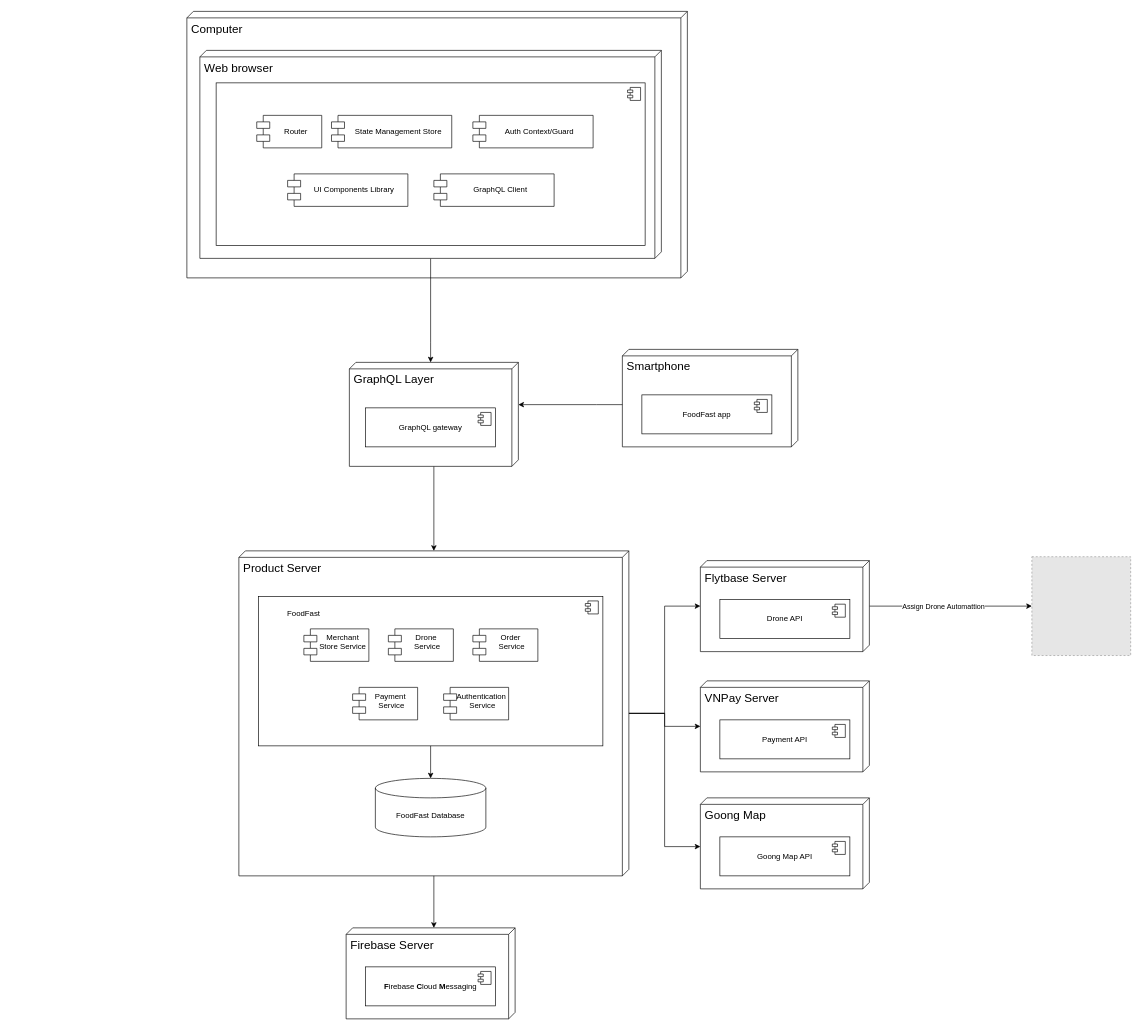
Earlier version of the draw.io diagram Document/Diagram/deployment diagram.drawio (Cgaz275/SGU2025_CNPM_NHOM15). Source tidied: cells renumbered, new cells numbered last; positions are measured from the earlier drawing's top-left corner, leaving out a move shared by most shapes. Both pictures are drawn from the tidied source at 65%, with x=0, y=0 at pixel (187, 11). Pictures stored in the file or linked from it are replaced by grey dashed boxes.
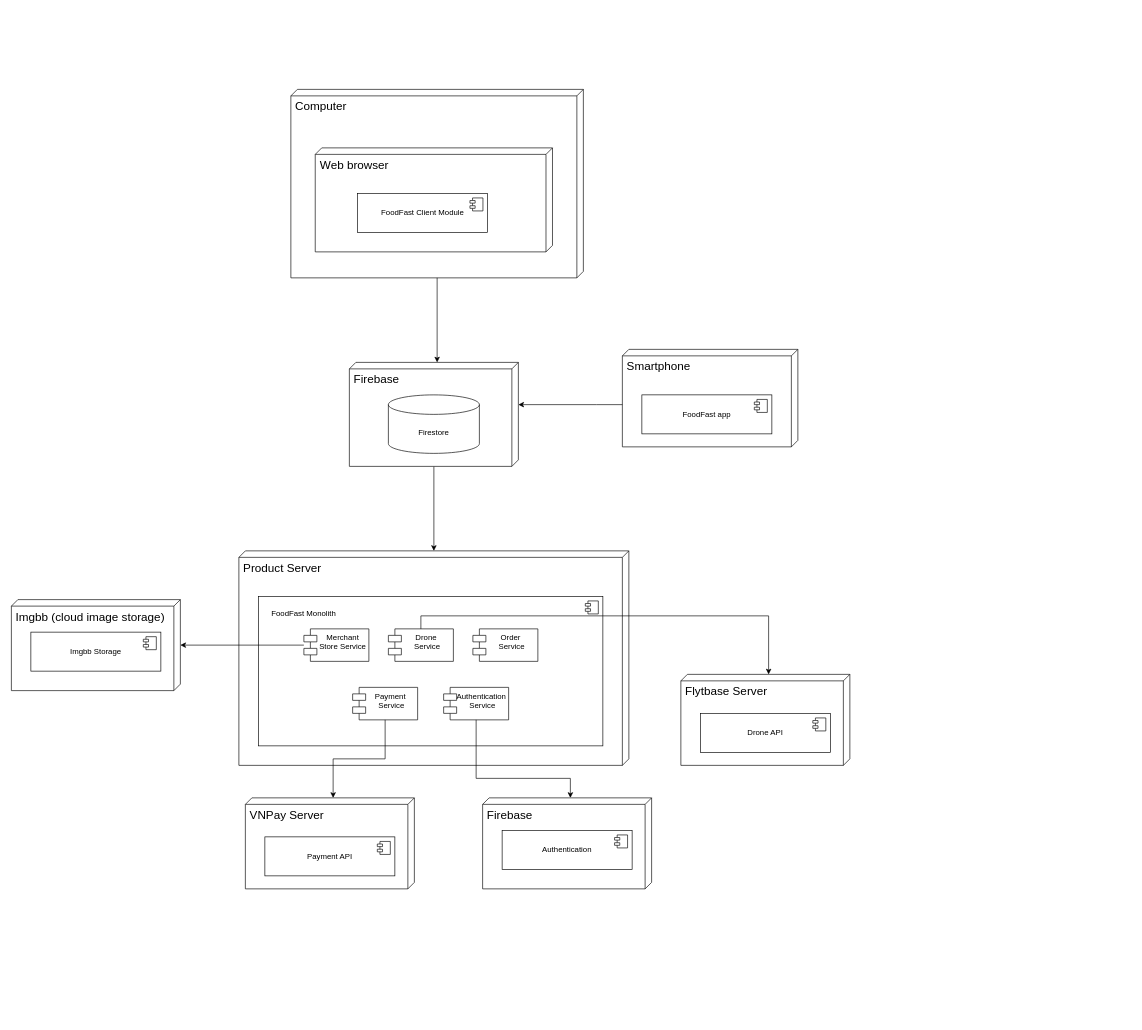
After the change.

Unchanged cells that the change refers to:
```xml
<mxCell id="5" style="group;" parent="1" vertex="1">
  <mxGeometry x="110" y="900" width="530" height="230" as="geometry" />
</mxCell>
<mxCell id="6" style="html=1;whiteSpace=wrap;" parent="5" vertex="1">
  <mxGeometry width="530" height="230" as="geometry" />
</mxCell>
<mxCell id="9" value="Merchant Store Service" style="shape=module;align=left;spacingLeft=20;align=center;verticalAlign=top;whiteSpace=wrap;html=1;" parent="1" vertex="1">
  <mxGeometry x="180" y="950" width="100" height="50" as="geometry" />
</mxCell>
<mxCell id="10" value="Drone&amp;nbsp;&lt;div&gt;Service&lt;/div&gt;" style="shape=module;align=left;spacingLeft=20;align=center;verticalAlign=top;whiteSpace=wrap;html=1;" parent="1" vertex="1">
  <mxGeometry x="310" y="950" width="100" height="50" as="geometry" />
</mxCell>
<mxCell id="12" value="Payment&amp;nbsp;&lt;div&gt;Service&lt;/div&gt;" style="shape=module;align=left;spacingLeft=20;align=center;verticalAlign=top;whiteSpace=wrap;html=1;" parent="1" vertex="1">
  <mxGeometry x="255" y="1040" width="100" height="50" as="geometry" />
</mxCell>
<mxCell id="13" value="Authentication&amp;nbsp;&lt;div&gt;Service&lt;/div&gt;" style="shape=module;align=left;spacingLeft=20;align=center;verticalAlign=top;whiteSpace=wrap;html=1;" parent="1" vertex="1">
  <mxGeometry x="395" y="1040" width="100" height="50" as="geometry" />
</mxCell>
```

The edit, as a diff of the source:
```diff
@@
-    <mxCell id="2" style="edgeStyle=orthogonalEdgeStyle;rounded=0;jettySize=auto;html=1;" parent="1" edge="1" source="4" target="16">
-      <mxGeometry relative="1" as="geometry" />
-    </mxCell>
-    <mxCell id="3" style="edgeStyle=orthogonalEdgeStyle;rounded=0;jettySize=auto;html=1;" parent="1" edge="1" source="4" target="19">
-      <mxGeometry relative="1" as="geometry" />
-    </mxCell>
     <mxCell id="4" value="&lt;font style=&quot;font-size: 18px;&quot;&gt;Product Server&lt;/font&gt;" style="verticalAlign=top;align=left;shape=cube;size=10;direction=south;fontStyle=0;html=1;boundedLbl=1;spacingLeft=5;whiteSpace=wrap;" parent="1" vertex="1">
-      <mxGeometry x="80" y="830" width="600" height="500" as="geometry" />
+      <mxGeometry x="80" y="830" width="600" height="330" as="geometry" />
     </mxCell>
@@
-    <mxCell id="8" value="FoodFast" style="text;html=1;align=center;verticalAlign=middle;whiteSpace=wrap;rounded=0;" parent="5" vertex="1">
+    <mxCell id="8" value="FoodFast Monolith" style="text;html=1;align=center;verticalAlign=middle;whiteSpace=wrap;rounded=0;" parent="5" vertex="1">
       <mxGeometry x="10" y="10.5" width="120" height="31.4" as="geometry" />
     </mxCell>
+    <mxCell id="51" style="edgeStyle=orthogonalEdgeStyle;rounded=0;jettySize=auto;html=1;" parent="1" edge="1" source="9" target="61">
+      <mxGeometry relative="1" as="geometry" />
+    </mxCell>
@@
-    <mxCell id="14" style="edgeStyle=orthogonalEdgeStyle;rounded=0;jettySize=auto;html=1;" parent="1" edge="1" source="16" target="48">
-      <mxGeometry relative="1" as="geometry" />
-    </mxCell>
-    <mxCell id="15" value="Assign Drone Automattion" style="edgeLabel;html=1;align=center;verticalAlign=middle;" parent="14" vertex="1">
-      <mxGeometry x="-0.09" y="-2" relative="1" as="geometry">
-        <mxPoint x="-1" y="-2" as="offset" />
-      </mxGeometry>
-    </mxCell>
     <mxCell id="16" value="&lt;font style=&quot;font-size: 18px;&quot;&gt;Flytbase Server&lt;/font&gt;&lt;div&gt;&lt;br&gt;&lt;/div&gt;" style="verticalAlign=top;align=left;shape=cube;size=10;direction=south;fontStyle=0;html=1;boundedLbl=1;spacingLeft=5;whiteSpace=wrap;" parent="1" vertex="1">
-      <mxGeometry x="790" y="845" width="260" height="140" as="geometry" />
+      <mxGeometry x="760" y="1020" width="260" height="140" as="geometry" />
     </mxCell>
     <mxCell id="17" value="Drone API" style="html=1;whiteSpace=wrap;" parent="1" vertex="1">
-      <mxGeometry x="820" y="905" width="200" height="60" as="geometry" />
+      <mxGeometry x="790" y="1080" width="200" height="60" as="geometry" />
     </mxCell>
@@
-    <mxCell id="19" value="&lt;div&gt;&lt;span style=&quot;font-size: 18px;&quot;&gt;VNPay Server&lt;/span&gt;&lt;/div&gt;" style="verticalAlign=top;align=left;shape=cube;size=10;direction=south;fontStyle=0;html=1;boundedLbl=1;spacingLeft=5;whiteSpace=wrap;" parent="1" vertex="1">
-      <mxGeometry x="790" y="1030" width="260" height="140" as="geometry" />
-    </mxCell>
-    <mxCell id="20" value="Payment API" style="html=1;whiteSpace=wrap;" parent="1" vertex="1">
-      <mxGeometry x="820" y="1090" width="200" height="60" as="geometry" />
-    </mxCell>
-    <mxCell id="21" style="shape=module;jettyWidth=8;jettyHeight=4;" parent="20" vertex="1">
-      <mxGeometry x="1" width="20" height="20" relative="1" as="geometry">
-        <mxPoint x="-27" y="7" as="offset" />
-      </mxGeometry>
-    </mxCell>
+    <mxCell id="52" style="edgeStyle=orthogonalEdgeStyle;rounded=0;jettySize=auto;html=1;entryX=0;entryY=0;entryDx=0;entryDy=125;entryPerimeter=0;" parent="1" edge="1" source="10" target="16">
+      <mxGeometry relative="1" as="geometry">
+        <Array as="points">
+          <mxPoint x="360" y="930" />
+          <mxPoint x="895" y="930" />
+        </Array>
+      </mxGeometry>
+    </mxCell>
@@
-    <mxCell id="23" value="&lt;div&gt;&lt;span style=&quot;font-size: 18px;&quot;&gt;GraphQL Layer&lt;/span&gt;&lt;/div&gt;" style="verticalAlign=top;align=left;shape=cube;size=10;direction=south;fontStyle=0;html=1;boundedLbl=1;spacingLeft=5;whiteSpace=wrap;" parent="1" vertex="1">
+    <mxCell id="23" value="&lt;div&gt;&lt;span style=&quot;font-size: 18px;&quot;&gt;Firebase&lt;/span&gt;&lt;/div&gt;" style="verticalAlign=top;align=left;shape=cube;size=10;direction=south;fontStyle=0;html=1;boundedLbl=1;spacingLeft=5;whiteSpace=wrap;" parent="1" vertex="1">
       <mxGeometry x="250" y="540" width="260" height="160" as="geometry" />
     </mxCell>
-    <mxCell id="24" value="GraphQL gateway" style="html=1;whiteSpace=wrap;" parent="1" vertex="1">
-      <mxGeometry x="275" y="610" width="200" height="60" as="geometry" />
-    </mxCell>
-    <mxCell id="25" style="shape=module;jettyWidth=8;jettyHeight=4;" parent="24" vertex="1">
-      <mxGeometry x="1" width="20" height="20" relative="1" as="geometry">
-        <mxPoint x="-27" y="7" as="offset" />
-      </mxGeometry>
-    </mxCell>
     <mxCell id="26" value="&lt;div&gt;&lt;span style=&quot;font-size: 18px;&quot;&gt;Computer&lt;/span&gt;&lt;/div&gt;" style="verticalAlign=top;align=left;shape=cube;size=10;direction=south;fontStyle=0;html=1;boundedLbl=1;spacingLeft=5;whiteSpace=wrap;" parent="1" vertex="1">
-      <mxGeometry width="770" height="410" as="geometry" />
+      <mxGeometry x="160" y="120" width="450" height="290" as="geometry" />
     </mxCell>
-    <mxCell id="27" style="edgeStyle=orthogonalEdgeStyle;rounded=0;jettySize=auto;html=1;" parent="1" edge="1" source="32" target="23">
-      <mxGeometry relative="1" as="geometry">
-        <Array as="points">
-          <mxPoint x="375" y="510" />
-          <mxPoint x="375" y="510" />
-        </Array>
-      </mxGeometry>
+    <mxCell id="27" style="edgeStyle=orthogonalEdgeStyle;rounded=0;jettySize=auto;html=1;entryX=0;entryY=0;entryDx=0;entryDy=125;entryPerimeter=0;" parent="1" edge="1" source="26" target="23">
+      <mxGeometry relative="1" as="geometry" />
     </mxCell>
@@
     <mxCell id="32" value="&lt;div&gt;&lt;span style=&quot;font-size: 18px;&quot;&gt;Web browser&lt;/span&gt;&lt;/div&gt;" style="verticalAlign=top;align=left;shape=cube;size=10;direction=south;fontStyle=0;html=1;boundedLbl=1;spacingLeft=5;whiteSpace=wrap;" parent="1" vertex="1">
-      <mxGeometry x="20" y="60" width="710" height="320" as="geometry" />
+      <mxGeometry x="197.5" y="210" width="365" height="160" as="geometry" />
     </mxCell>
-    <mxCell id="33" style="html=1;whiteSpace=wrap;" parent="1" vertex="1">
-      <mxGeometry x="45" y="110" width="660" height="250" as="geometry" />
+    <mxCell id="33" value="FoodFast Client Module" style="html=1;whiteSpace=wrap;" parent="1" vertex="1">
+      <mxGeometry x="262.5" y="280" width="200" height="60" as="geometry" />
     </mxCell>
@@
-    <mxCell id="35" value="&lt;div&gt;&lt;span style=&quot;font-size: 18px;&quot;&gt;Goong Map&lt;/span&gt;&lt;/div&gt;" style="verticalAlign=top;align=left;shape=cube;size=10;direction=south;fontStyle=0;html=1;boundedLbl=1;spacingLeft=5;whiteSpace=wrap;" parent="1" vertex="1">
-      <mxGeometry x="790" y="1210" width="260" height="140" as="geometry" />
-    </mxCell>
-    <mxCell id="36" value="Goong Map API" style="html=1;whiteSpace=wrap;" parent="1" vertex="1">
-      <mxGeometry x="820" y="1270" width="200" height="60" as="geometry" />
-    </mxCell>
-    <mxCell id="37" style="shape=module;jettyWidth=8;jettyHeight=4;" parent="36" vertex="1">
-      <mxGeometry x="1" width="20" height="20" relative="1" as="geometry">
-        <mxPoint x="-27" y="7" as="offset" />
-      </mxGeometry>
-    </mxCell>
-    <mxCell id="38" style="edgeStyle=orthogonalEdgeStyle;rounded=0;jettySize=auto;html=1;entryX=0;entryY=0;entryDx=75;entryDy=260;entryPerimeter=0;" parent="1" edge="1" source="4" target="35">
-      <mxGeometry relative="1" as="geometry" />
-    </mxCell>
-    <mxCell id="39" value="&lt;span style=&quot;font-size: 18px;&quot;&gt;Firebase Server&lt;/span&gt;" style="verticalAlign=top;align=left;shape=cube;size=10;direction=south;fontStyle=0;html=1;boundedLbl=1;spacingLeft=5;whiteSpace=wrap;" parent="1" vertex="1">
-      <mxGeometry x="245" y="1410" width="260" height="140" as="geometry" />
-    </mxCell>
-    <mxCell id="40" value="&lt;b&gt;F&lt;/b&gt;irebase &lt;b&gt;C&lt;/b&gt;loud &lt;b&gt;M&lt;/b&gt;essaging" style="html=1;whiteSpace=wrap;" parent="1" vertex="1">
-      <mxGeometry x="275" y="1470" width="200" height="60" as="geometry" />
-    </mxCell>
-    <mxCell id="41" style="shape=module;jettyWidth=8;jettyHeight=4;" parent="40" vertex="1">
-      <mxGeometry x="1" width="20" height="20" relative="1" as="geometry">
-        <mxPoint x="-27" y="7" as="offset" />
-      </mxGeometry>
-    </mxCell>
-    <mxCell id="42" style="edgeStyle=orthogonalEdgeStyle;rounded=0;jettySize=auto;html=1;entryX=0;entryY=0;entryDx=0;entryDy=125;entryPerimeter=0;" parent="1" edge="1" source="4" target="39">
-      <mxGeometry relative="1" as="geometry" />
-    </mxCell>
-    <mxCell id="43" value="Router" style="shape=module;align=left;spacingLeft=20;align=center;verticalAlign=middle;whiteSpace=wrap;html=1;" parent="1" vertex="1">
-      <mxGeometry x="107.5" y="160" width="100" height="50" as="geometry" />
-    </mxCell>
-    <mxCell id="44" value="State Management Store" style="shape=module;align=left;spacingLeft=20;align=center;verticalAlign=middle;whiteSpace=wrap;html=1;" parent="1" vertex="1">
-      <mxGeometry x="222.5" y="160" width="185" height="50" as="geometry" />
-    </mxCell>
-    <mxCell id="45" value="GraphQL Client" style="shape=module;align=left;spacingLeft=20;align=center;verticalAlign=middle;whiteSpace=wrap;html=1;" parent="1" vertex="1">
-      <mxGeometry x="380" y="250" width="185" height="50" as="geometry" />
-    </mxCell>
-    <mxCell id="46" value="UI Components Library" style="shape=module;align=left;spacingLeft=20;align=center;verticalAlign=middle;whiteSpace=wrap;html=1;" parent="1" vertex="1">
-      <mxGeometry x="155" y="250" width="185" height="50" as="geometry" />
-    </mxCell>
-    <mxCell id="47" value="Auth Context/Guard" style="shape=module;align=left;spacingLeft=20;align=center;verticalAlign=middle;whiteSpace=wrap;html=1;" parent="1" vertex="1">
-      <mxGeometry x="440" y="160" width="185" height="50" as="geometry" />
-    </mxCell>
-    <mxCell id="48" style="fillColor=#E6E6E6;strokeColor=#999999;dashed=1;verticalLabelPosition=bottom;labelBackgroundColor=default;verticalAlign=top;" parent="1" vertex="1">
-      <mxGeometry x="1300" y="839" width="152" height="152" as="geometry" />
-    </mxCell>
-    <mxCell id="49" value="FoodFast Database" style="shape=cylinder3;whiteSpace=wrap;html=1;boundedLbl=1;backgroundOutline=1;size=15;" parent="1" vertex="1">
-      <mxGeometry x="290" y="1180" width="170" height="90" as="geometry" />
-    </mxCell>
-    <mxCell id="50" style="edgeStyle=orthogonalEdgeStyle;rounded=0;jettySize=auto;html=1;entryX=0.5;entryY=0;entryDx=0;entryDy=0;entryPerimeter=0;" parent="1" edge="1" source="6" target="49">
-      <mxGeometry relative="1" as="geometry" />
-    </mxCell>
+    <mxCell id="53" style="edgeStyle=orthogonalEdgeStyle;rounded=0;jettySize=auto;html=1;" parent="1" edge="1" source="13" target="55">
+      <mxGeometry relative="1" as="geometry">
+        <Array as="points">
+          <mxPoint x="445" y="1180" />
+          <mxPoint x="590" y="1180" />
+        </Array>
+      </mxGeometry>
+    </mxCell>
+    <mxCell id="54" style="group;" parent="1" vertex="1">
+      <mxGeometry x="455" y="1210" width="260" height="140" as="geometry" />
+    </mxCell>
+    <mxCell id="55" value="&lt;div&gt;&lt;span style=&quot;font-size: 18px;&quot;&gt;Firebase&amp;nbsp;&lt;/span&gt;&lt;/div&gt;" style="verticalAlign=top;align=left;shape=cube;size=10;direction=south;fontStyle=0;html=1;boundedLbl=1;spacingLeft=5;whiteSpace=wrap;" parent="54" vertex="1">
+      <mxGeometry width="260" height="140" as="geometry" />
+    </mxCell>
+    <mxCell id="56" value="Authentication" style="html=1;whiteSpace=wrap;" parent="54" vertex="1">
+      <mxGeometry x="30" y="50" width="200" height="60" as="geometry" />
+    </mxCell>
+    <mxCell id="57" style="shape=module;jettyWidth=8;jettyHeight=4;" parent="56" vertex="1">
+      <mxGeometry x="1" width="20" height="20" relative="1" as="geometry">
+        <mxPoint x="-27" y="7" as="offset" />
+      </mxGeometry>
+    </mxCell>
+    <mxCell id="58" value="Firestore" style="shape=cylinder3;whiteSpace=wrap;html=1;boundedLbl=1;backgroundOutline=1;size=15;" parent="1" vertex="1">
+      <mxGeometry x="310" y="590" width="140" height="90" as="geometry" />
+    </mxCell>
+    <mxCell id="59" style="group;" parent="1" vertex="1">
+      <mxGeometry x="90" y="1210" width="260" height="140" as="geometry" />
+    </mxCell>
+    <mxCell id="19" value="&lt;div&gt;&lt;span style=&quot;font-size: 18px;&quot;&gt;VNPay Server&lt;/span&gt;&lt;/div&gt;" style="verticalAlign=top;align=left;shape=cube;size=10;direction=south;fontStyle=0;html=1;boundedLbl=1;spacingLeft=5;whiteSpace=wrap;" parent="59" vertex="1">
+      <mxGeometry width="260" height="140" as="geometry" />
+    </mxCell>
+    <mxCell id="20" value="Payment API" style="html=1;whiteSpace=wrap;" parent="59" vertex="1">
+      <mxGeometry x="30" y="60" width="200" height="60" as="geometry" />
+    </mxCell>
+    <mxCell id="21" style="shape=module;jettyWidth=8;jettyHeight=4;" parent="20" vertex="1">
+      <mxGeometry x="1" width="20" height="20" relative="1" as="geometry">
+        <mxPoint x="-27" y="7" as="offset" />
+      </mxGeometry>
+    </mxCell>
+    <mxCell id="60" style="group;" parent="1" vertex="1">
+      <mxGeometry x="-270" y="905" width="260" height="140" as="geometry" />
+    </mxCell>
+    <mxCell id="61" value="&lt;span style=&quot;font-size: 18px;&quot;&gt;Imgbb (cloud image storage)&lt;/span&gt;" style="verticalAlign=top;align=left;shape=cube;size=10;direction=south;fontStyle=0;html=1;boundedLbl=1;spacingLeft=5;whiteSpace=wrap;" parent="60" vertex="1">
+      <mxGeometry width="260" height="140" as="geometry" />
+    </mxCell>
+    <mxCell id="62" value="Imgbb Storage" style="html=1;whiteSpace=wrap;" parent="60" vertex="1">
+      <mxGeometry x="30" y="50" width="200" height="60" as="geometry" />
+    </mxCell>
+    <mxCell id="63" style="shape=module;jettyWidth=8;jettyHeight=4;" parent="62" vertex="1">
+      <mxGeometry x="1" width="20" height="20" relative="1" as="geometry">
+        <mxPoint x="-27" y="7" as="offset" />
+      </mxGeometry>
+    </mxCell>
+    <mxCell id="64" style="edgeStyle=orthogonalEdgeStyle;rounded=0;jettySize=auto;html=1;entryX=0;entryY=0;entryDx=0;entryDy=125;entryPerimeter=0;" parent="1" edge="1" source="12" target="19">
+      <mxGeometry relative="1" as="geometry" />
+    </mxCell>
```
